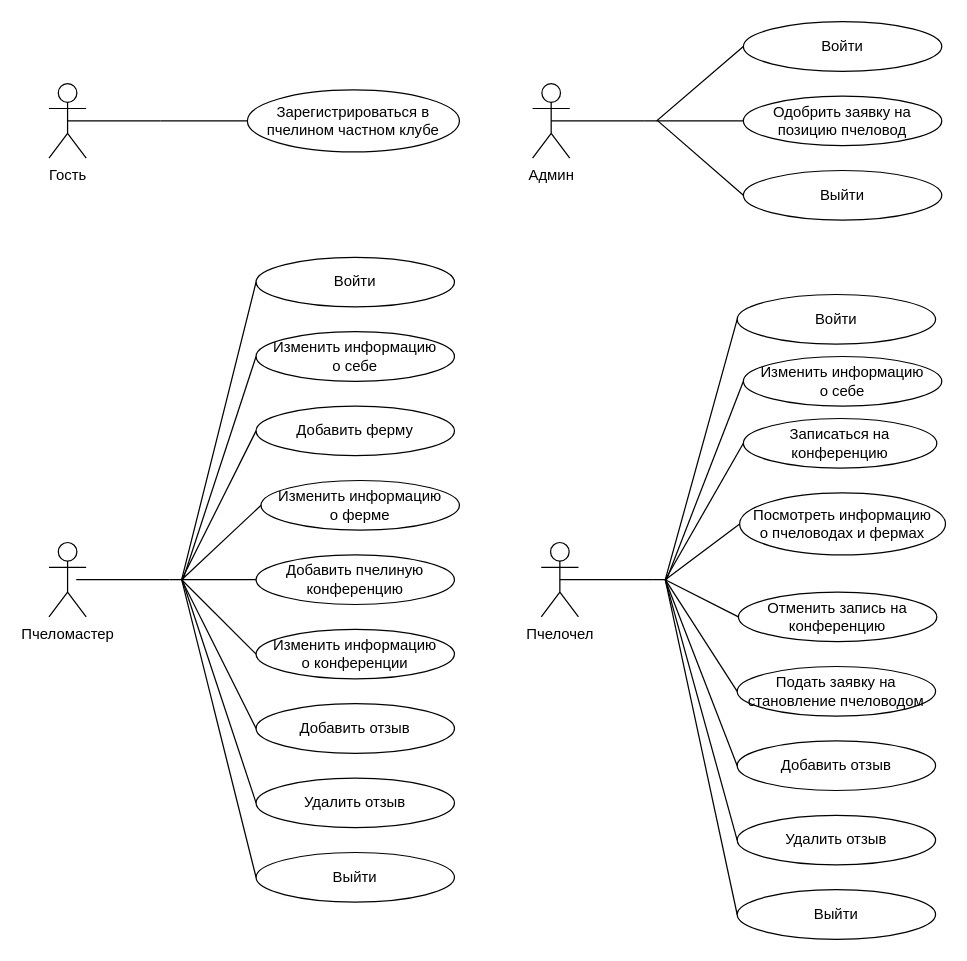
Dashori/pchelobaza keeps this draw.io diagram as page "use-case" (1 of 4) of images/pchelobaza.drawio. Above is the earlier version. Source tidied: cells renumbered, new cells numbered last; positions are measured from the earlier drawing's top-left corner, leaving out a move shared by most shapes. Both pictures are drawn from the tidied source at 124%, with x=0, y=0 at pixel (48, 21).
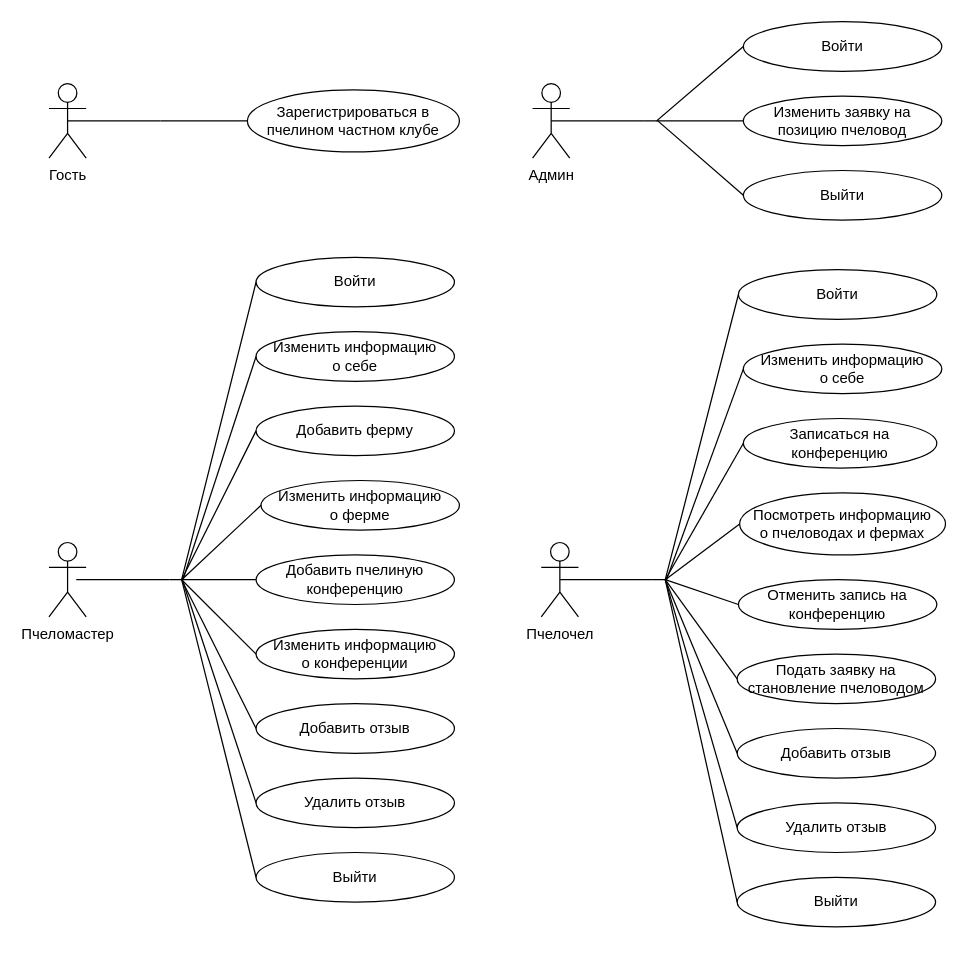
After the change.

What changed in the source:
```diff
@@
-    <mxCell id="24" value="Одобрить заявку на позицию пчеловод" style="ellipse;whiteSpace=wrap;html=1;align=center;" parent="1" vertex="1">
+    <mxCell id="24" value="Изменить заявку на позицию пчеловод" style="ellipse;whiteSpace=wrap;html=1;align=center;" parent="1" vertex="1">
       <mxGeometry x="560" y="60" width="160" height="40" as="geometry" />
     </mxCell>
@@
     <mxCell id="29" value="Войти" style="ellipse;whiteSpace=wrap;html=1;align=center;" parent="1" vertex="1">
-      <mxGeometry x="555" y="220" width="160" height="40" as="geometry" />
+      <mxGeometry x="556" y="200" width="160" height="40" as="geometry" />
     </mxCell>
@@
     <mxCell id="33" value="Отменить запись на конференцию" style="ellipse;whiteSpace=wrap;html=1;align=center;" parent="1" vertex="1">
-      <mxGeometry x="556" y="460" width="160" height="40" as="geometry" />
+      <mxGeometry x="556" y="450" width="160" height="40" as="geometry" />
     </mxCell>
@@
     <mxCell id="36" value="Подать заявку на становление пчеловодом" style="ellipse;whiteSpace=wrap;html=1;align=center;" parent="1" vertex="1">
-      <mxGeometry x="555" y="520" width="160" height="40" as="geometry" />
+      <mxGeometry x="555" y="510" width="160" height="40" as="geometry" />
     </mxCell>
@@
     <mxCell id="38" value="Выйти" style="ellipse;whiteSpace=wrap;html=1;align=center;" parent="1" vertex="1">
-      <mxGeometry x="555" y="700" width="160" height="40" as="geometry" />
+      <mxGeometry x="555" y="690" width="160" height="40" as="geometry" />
     </mxCell>
@@
     <mxCell id="40" value="Изменить информацию &lt;br&gt;о себе" style="ellipse;whiteSpace=wrap;html=1;align=center;" parent="1" vertex="1">
-      <mxGeometry x="560" y="270" width="160" height="40" as="geometry" />
+      <mxGeometry x="560" y="260" width="160" height="40" as="geometry" />
     </mxCell>
@@
     <mxCell id="49" value="Добавить отзыв" style="ellipse;whiteSpace=wrap;html=1;align=center;" parent="1" vertex="1">
-      <mxGeometry x="555" y="580" width="160" height="40" as="geometry" />
+      <mxGeometry x="555" y="570" width="160" height="40" as="geometry" />
     </mxCell>
     <mxCell id="50" value="Удалить отзыв" style="ellipse;whiteSpace=wrap;html=1;align=center;" parent="1" vertex="1">
-      <mxGeometry x="555" y="640" width="160" height="40" as="geometry" />
+      <mxGeometry x="555" y="630" width="160" height="40" as="geometry" />
     </mxCell>
```
